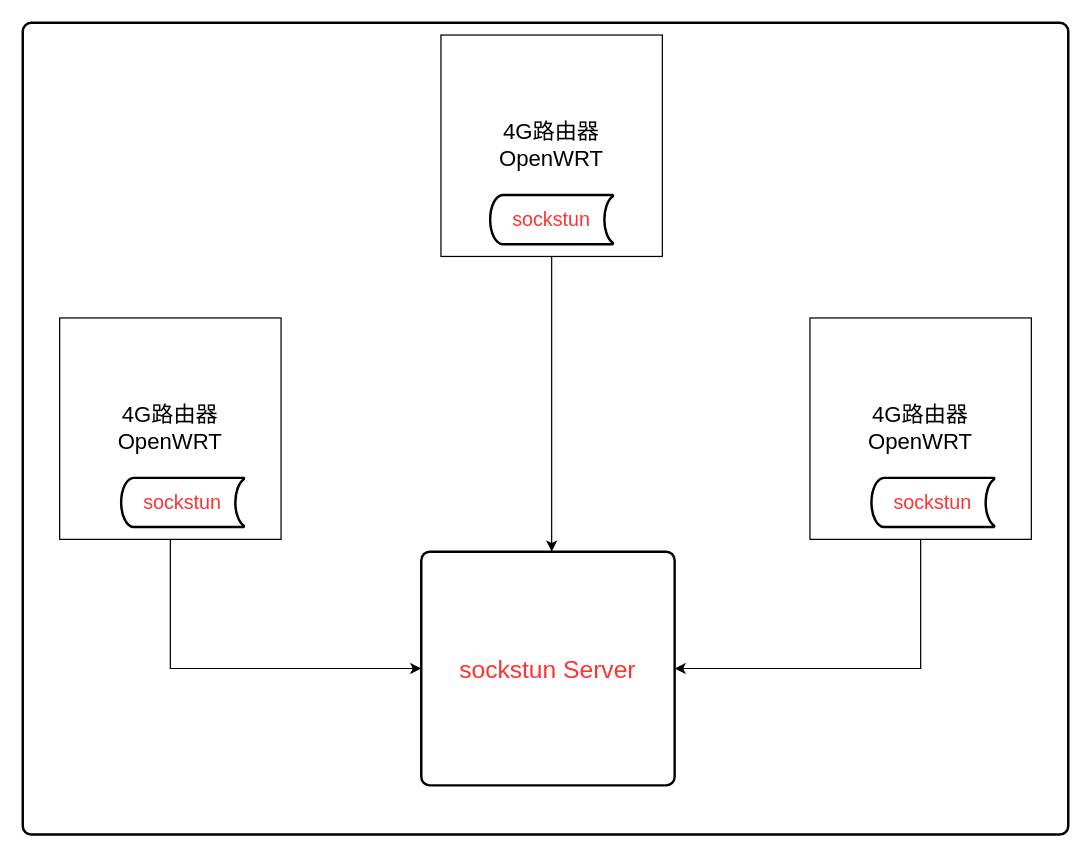
Earlier version of the draw.io diagram sockstun.drawio (nxtreaming/andy_study). Source tidied: cells renumbered, new cells numbered last; positions are measured from the earlier drawing's top-left corner, leaving out a move shared by most shapes. Both pictures are drawn from the tidied source at 123%, with x=0, y=0 at pixel (22, 22).
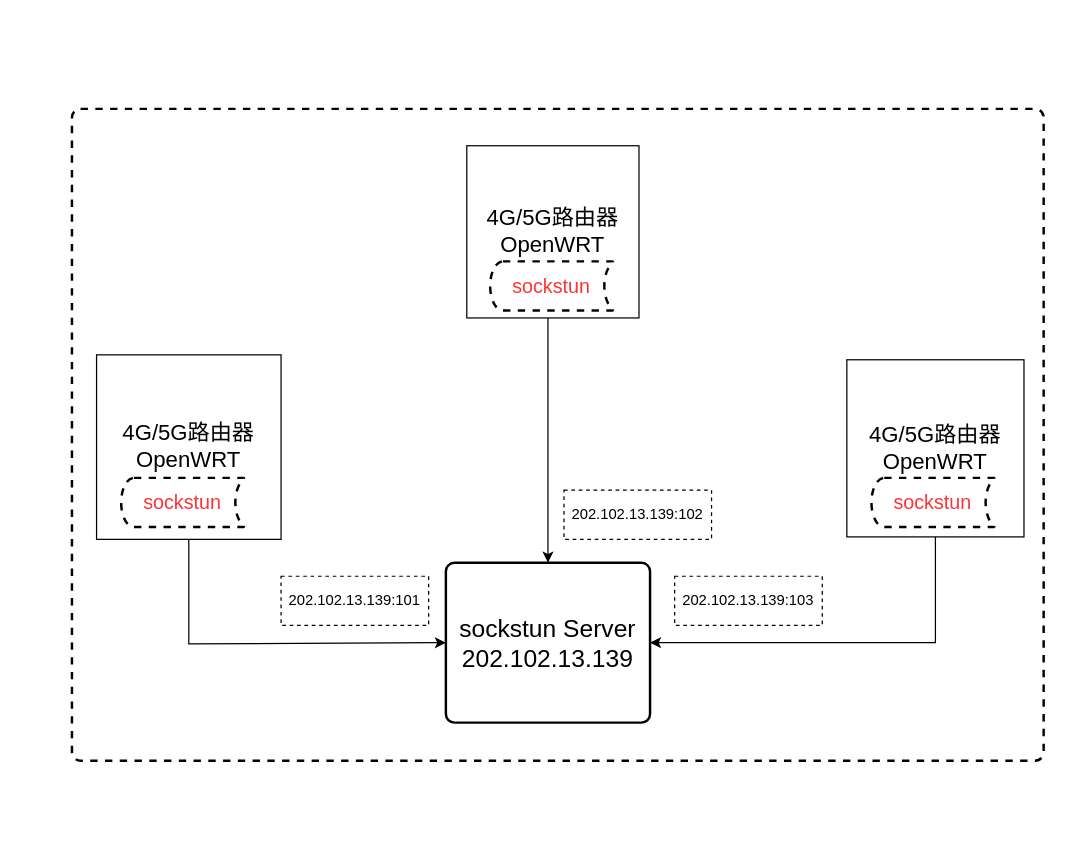
The same diagram, later.

Diff of the diagram source:
```diff
@@
 <mxGraphModel>
   <root>
     <mxCell id="0" />
     <mxCell id="1" parent="0" />
-    <mxCell id="2" style="rounded=1;whiteSpace=wrap;html=1;absoluteArcSize=1;arcSize=14;strokeWidth=2;" parent="1" vertex="1">
-      <mxGeometry width="850" height="660" as="geometry" />
+    <mxCell id="2" style="rounded=1;whiteSpace=wrap;html=1;absoluteArcSize=1;arcSize=14;strokeWidth=2;dashed=1;" parent="1" vertex="1">
+      <mxGeometry x="40" y="70" width="790" height="530" as="geometry" />
     </mxCell>
     <mxCell id="3" style="edgeStyle=orthogonalEdgeStyle;rounded=0;jettySize=auto;html=1;entryX=0;entryY=0.5;entryDx=0;entryDy=0;" parent="1" edge="1" source="4" target="12">
       <mxGeometry relative="1" as="geometry">
         <Array as="points">
-          <mxPoint x="120" y="525" />
+          <mxPoint x="135" y="505" />
         </Array>
       </mxGeometry>
     </mxCell>
-    <mxCell id="4" value="4G路由器&lt;br style=&quot;font-size: 18px;&quot;&gt;OpenWRT" style="whiteSpace=wrap;html=1;fontSize=18;" parent="1" vertex="1">
-      <mxGeometry x="30" y="240" width="180" height="180" as="geometry" />
+    <mxCell id="4" value="4G/5G路由器&lt;br style=&quot;font-size: 18px;&quot;&gt;OpenWRT" style="whiteSpace=wrap;html=1;fontSize=18;" parent="1" vertex="1">
+      <mxGeometry x="60" y="270" width="150" height="150" as="geometry" />
     </mxCell>
-    <mxCell id="5" value="&lt;font color=&quot;#ff3333&quot; style=&quot;font-size: 16px;&quot;&gt;sockstun&lt;/font&gt;" style="strokeWidth=2;html=1;shape=mxgraph.flowchart.stored_data;whiteSpace=wrap;" parent="1" vertex="1">
+    <mxCell id="5" value="&lt;font color=&quot;#ff3333&quot; style=&quot;font-size: 16px;&quot;&gt;sockstun&lt;/font&gt;" style="strokeWidth=2;html=1;shape=mxgraph.flowchart.stored_data;whiteSpace=wrap;dashed=1;strokeColor=default;" parent="1" vertex="1">
       <mxGeometry x="80" y="370" width="100" height="40" as="geometry" />
     </mxCell>
-    <mxCell id="6" style="edgeStyle=orthogonalEdgeStyle;rounded=0;jettySize=auto;html=1;exitX=0.5;exitY=1;exitDx=0;exitDy=0;" parent="1" edge="1" source="7">
+    <mxCell id="6" style="edgeStyle=orthogonalEdgeStyle;rounded=0;jettySize=auto;html=1;exitX=0.5;exitY=1;exitDx=0;exitDy=0;entryX=0.5;entryY=0;entryDx=0;entryDy=0;" parent="1" edge="1" source="7" target="12">
       <mxGeometry relative="1" as="geometry">
-        <mxPoint x="430" y="430" as="targetPoint" />
+        <Array as="points">
+          <mxPoint x="427" y="186" />
+        </Array>
       </mxGeometry>
     </mxCell>
-    <mxCell id="7" value="4G路由器&lt;br style=&quot;font-size: 18px;&quot;&gt;OpenWRT" style="whiteSpace=wrap;html=1;fontSize=18;" parent="1" vertex="1">
-      <mxGeometry x="340" y="10" width="180" height="180" as="geometry" />
+    <mxCell id="7" value="4G/5G路由器&lt;br style=&quot;font-size: 18px;&quot;&gt;OpenWRT" style="whiteSpace=wrap;html=1;fontSize=18;" parent="1" vertex="1">
+      <mxGeometry x="361" y="100" width="140" height="140" as="geometry" />
     </mxCell>
-    <mxCell id="8" value="&lt;font color=&quot;#ff3333&quot; style=&quot;font-size: 16px;&quot;&gt;sockstun&lt;/font&gt;" style="strokeWidth=2;html=1;shape=mxgraph.flowchart.stored_data;whiteSpace=wrap;" parent="1" vertex="1">
-      <mxGeometry x="380" y="140" width="100" height="40" as="geometry" />
+    <mxCell id="8" value="&lt;font color=&quot;#ff3333&quot; style=&quot;font-size: 16px;&quot;&gt;sockstun&lt;/font&gt;" style="strokeWidth=2;html=1;shape=mxgraph.flowchart.stored_data;whiteSpace=wrap;dashed=1;" parent="1" vertex="1">
+      <mxGeometry x="380" y="194" width="100" height="40" as="geometry" />
     </mxCell>
     <mxCell id="9" style="edgeStyle=orthogonalEdgeStyle;rounded=0;jettySize=auto;html=1;exitX=0.5;exitY=1;exitDx=0;exitDy=0;entryX=1;entryY=0.5;entryDx=0;entryDy=0;" parent="1" edge="1" source="10" target="12">
       <mxGeometry relative="1" as="geometry" />
     </mxCell>
-    <mxCell id="10" value="4G路由器&lt;br style=&quot;font-size: 18px;&quot;&gt;OpenWRT" style="whiteSpace=wrap;html=1;fontSize=18;" parent="1" vertex="1">
-      <mxGeometry x="640" y="240" width="180" height="180" as="geometry" />
+    <mxCell id="10" value="4G/5G路由器&lt;br style=&quot;font-size: 18px;&quot;&gt;OpenWRT" style="whiteSpace=wrap;html=1;fontSize=18;" parent="1" vertex="1">
+      <mxGeometry x="670" y="274" width="144" height="144" as="geometry" />
     </mxCell>
-    <mxCell id="11" value="&lt;font color=&quot;#ff3333&quot; style=&quot;font-size: 16px;&quot;&gt;sockstun&lt;/font&gt;" style="strokeWidth=2;html=1;shape=mxgraph.flowchart.stored_data;whiteSpace=wrap;" parent="1" vertex="1">
+    <mxCell id="11" value="&lt;font color=&quot;#ff3333&quot; style=&quot;font-size: 16px;&quot;&gt;sockstun&lt;/font&gt;" style="strokeWidth=2;html=1;shape=mxgraph.flowchart.stored_data;whiteSpace=wrap;dashed=1;" parent="1" vertex="1">
       <mxGeometry x="690" y="370" width="100" height="40" as="geometry" />
     </mxCell>
-    <mxCell id="12" value="&lt;font style=&quot;font-size: 20px;&quot; color=&quot;#ff3333&quot;&gt;sockstun Server&lt;/font&gt;" style="rounded=1;whiteSpace=wrap;html=1;absoluteArcSize=1;arcSize=14;strokeWidth=2;" parent="1" vertex="1">
-      <mxGeometry x="324" y="430" width="206" height="190" as="geometry" />
+    <mxCell id="12" value="&lt;font style=&quot;font-size: 20px;&quot;&gt;sockstun Server&lt;br&gt;202.102.13.139&lt;br&gt;&lt;/font&gt;" style="rounded=1;whiteSpace=wrap;html=1;absoluteArcSize=1;arcSize=14;strokeWidth=2;" parent="1" vertex="1">
+      <mxGeometry x="344" y="439" width="166" height="130" as="geometry" />
     </mxCell>
+    <mxCell id="13" value="202.102.13.139:101" style="rounded=0;whiteSpace=wrap;html=1;dashed=1;" parent="1" vertex="1">
+      <mxGeometry x="210" y="450" width="120" height="40" as="geometry" />
+    </mxCell>
+    <mxCell id="14" value="202.102.13.139:102" style="rounded=0;whiteSpace=wrap;html=1;dashed=1;" parent="1" vertex="1">
+      <mxGeometry x="440" y="380" width="120" height="40" as="geometry" />
+    </mxCell>
+    <mxCell id="15" value="202.102.13.139:103" style="rounded=0;whiteSpace=wrap;html=1;strokeColor=default;dashed=1;" parent="1" vertex="1">
+      <mxGeometry x="530" y="450" width="120" height="40" as="geometry" />
+    </mxCell>
+    <mxCell id="16" style="edgeStyle=orthogonalEdgeStyle;rounded=0;orthogonalLoop=1;jettySize=auto;html=1;exitX=0.5;exitY=1;exitDx=0;exitDy=0;" parent="1" edge="1" source="15" target="15">
+      <mxGeometry relative="1" as="geometry" />
+    </mxCell>
   </root>
 </mxGraphModel>
```
